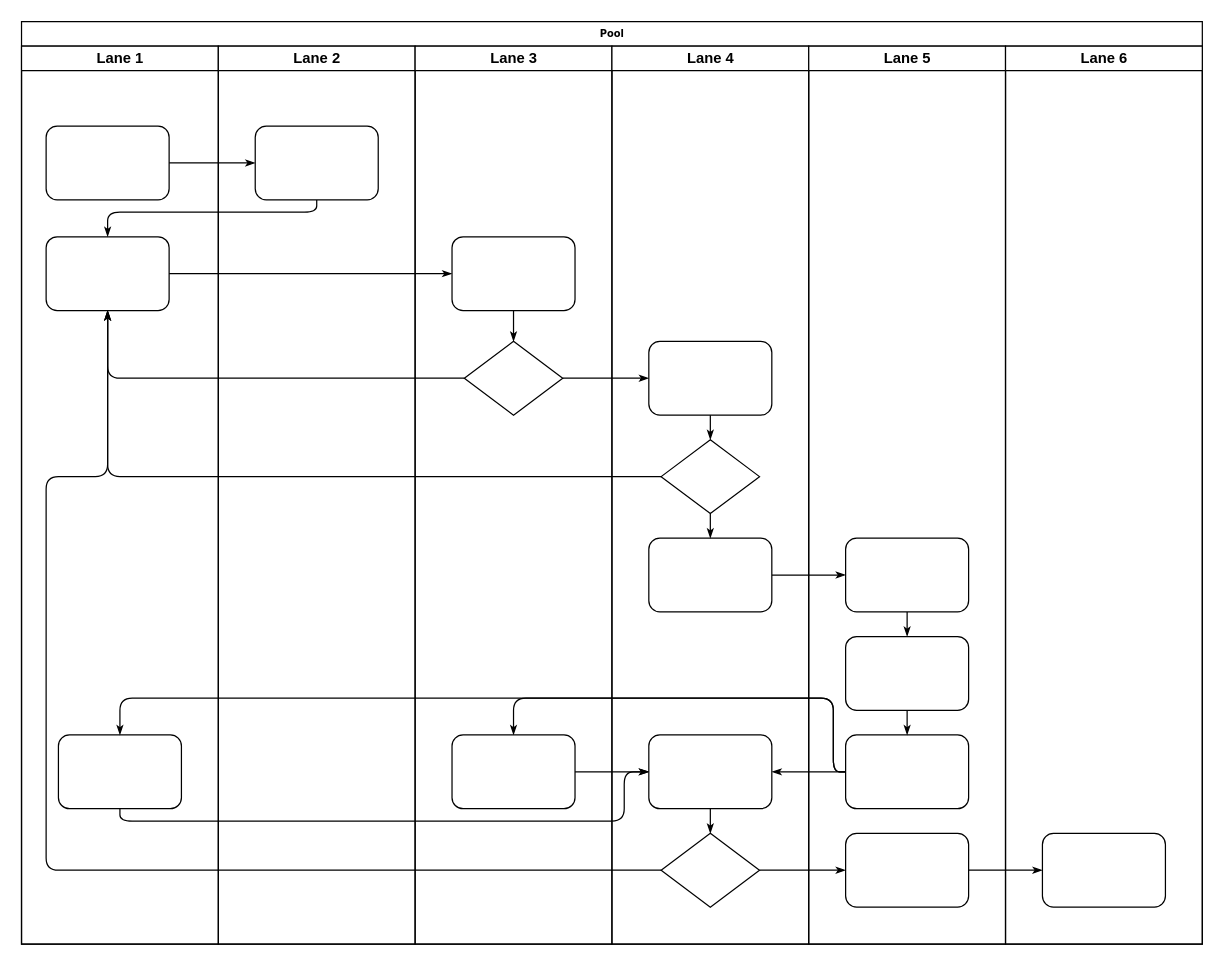
The draw.io diagram Untitled Diagram.drawio in jay8809/MyApplication, before the edit. Source tidied: cells renumbered, new cells numbered last; positions are measured from the earlier drawing's top-left corner, leaving out a move shared by most shapes. Both pictures are drawn from the tidied source at 123%, with x=0, y=0 at pixel (21, 21).
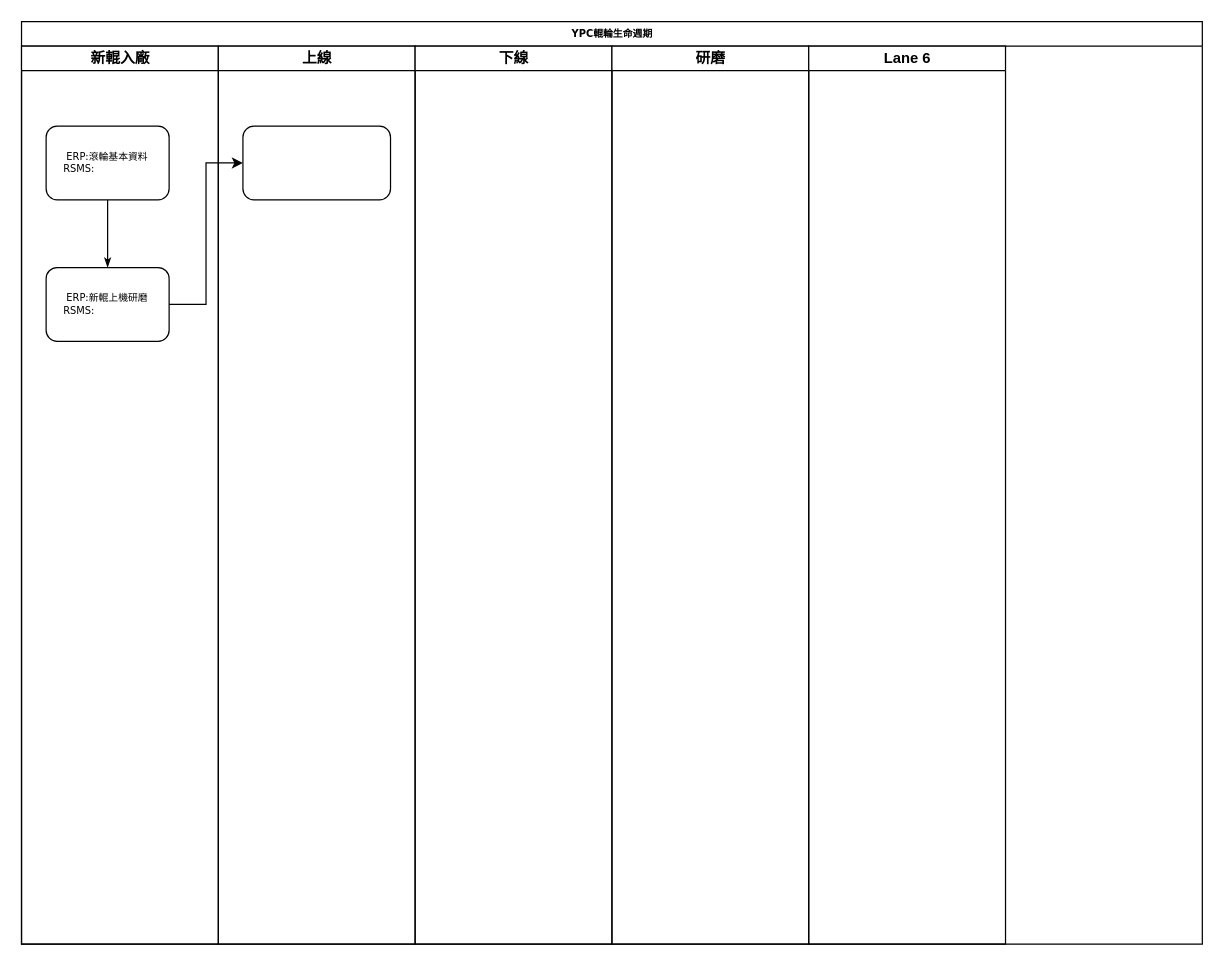
Above is the later version.

Commit message:
YPC_ROLL

Change to the diagram source:
```diff
@@
-    <mxCell id="2" value="Pool" style="swimlane;html=1;startSize=20;rounded=0;shadow=0;labelBackgroundColor=none;strokeWidth=1;fontFamily=Verdana;fontSize=8;align=center;" parent="1" vertex="1">
+    <mxCell id="2" value="YPC輥輪生命週期" style="swimlane;html=1;startSize=20;rounded=0;shadow=0;labelBackgroundColor=none;strokeWidth=1;fontFamily=Verdana;fontSize=8;align=center;" parent="1" vertex="1">
       <mxGeometry width="960" height="750" as="geometry" />
     </mxCell>
-    <mxCell id="3" value="Lane 1" style="swimlane;html=1;startSize=20;" parent="2" vertex="1">
+    <mxCell id="3" value="新輥入廠" style="swimlane;html=1;startSize=20;" parent="2" vertex="1">
       <mxGeometry y="20" width="160" height="730" as="geometry" />
     </mxCell>
-    <mxCell id="4" style="rounded=1;whiteSpace=wrap;html=1;shadow=0;labelBackgroundColor=none;strokeWidth=1;fontFamily=Verdana;fontSize=8;align=center;" parent="3" vertex="1">
+    <mxCell id="4" value="ERP:滾輪基本資料&lt;br&gt;RSMS:&amp;nbsp;&amp;nbsp;&amp;nbsp;&amp;nbsp;&amp;nbsp;&amp;nbsp;&amp;nbsp;&amp;nbsp;&amp;nbsp;&amp;nbsp;&amp;nbsp;&amp;nbsp;&amp;nbsp;&amp;nbsp;&amp;nbsp;&amp;nbsp;&amp;nbsp;&amp;nbsp; " style="rounded=1;whiteSpace=wrap;html=1;shadow=0;labelBackgroundColor=none;strokeWidth=1;fontFamily=Verdana;fontSize=8;align=center;" parent="3" vertex="1">
       <mxGeometry x="20" y="65" width="100" height="60" as="geometry" />
     </mxCell>
-    <mxCell id="5" style="rounded=1;whiteSpace=wrap;html=1;shadow=0;labelBackgroundColor=none;strokeWidth=1;fontFamily=Verdana;fontSize=8;align=center;" parent="3" vertex="1">
-      <mxGeometry x="20" y="155" width="100" height="60" as="geometry" />
+    <mxCell id="5" value="&lt;div&gt;ERP:新輥上機研磨&lt;/div&gt;&lt;div&gt;RSMS:&amp;nbsp;&amp;nbsp;&amp;nbsp;&amp;nbsp;&amp;nbsp;&amp;nbsp;&amp;nbsp;&amp;nbsp;&amp;nbsp;&amp;nbsp;&amp;nbsp;&amp;nbsp;&amp;nbsp;&amp;nbsp;&amp;nbsp;&amp;nbsp;&amp;nbsp;&amp;nbsp; &lt;br&gt;&lt;/div&gt;" style="rounded=1;whiteSpace=wrap;html=1;shadow=0;labelBackgroundColor=none;strokeWidth=1;fontFamily=Verdana;fontSize=8;align=center;" parent="3" vertex="1">
+      <mxGeometry x="20" y="180" width="100" height="60" as="geometry" />
     </mxCell>
-    <mxCell id="6" style="rounded=1;whiteSpace=wrap;html=1;shadow=0;labelBackgroundColor=none;strokeWidth=1;fontFamily=Verdana;fontSize=8;align=center;" parent="3" vertex="1">
-      <mxGeometry x="30" y="560" width="100" height="60" as="geometry" />
-    </mxCell>
-    <mxCell id="7" style="edgeStyle=orthogonalEdgeStyle;rounded=1;html=1;labelBackgroundColor=none;startArrow=none;startFill=0;startSize=5;endArrow=classicThin;endFill=1;endSize=5;jettySize=auto;strokeWidth=1;fontFamily=Verdana;fontSize=8;" parent="2" edge="1" source="4" target="23">
-      <mxGeometry relative="1" as="geometry" />
-    </mxCell>
-    <mxCell id="8" style="edgeStyle=orthogonalEdgeStyle;rounded=1;html=1;labelBackgroundColor=none;startArrow=none;startFill=0;startSize=5;endArrow=classicThin;endFill=1;endSize=5;jettySize=auto;strokeWidth=1;fontFamily=Verdana;fontSize=8;" parent="2" edge="1" source="23" target="5">
-      <mxGeometry relative="1" as="geometry">
-        <Array as="points">
-          <mxPoint x="240" y="155" />
-          <mxPoint x="70" y="155" />
-        </Array>
-      </mxGeometry>
+    <mxCell id="8" style="edgeStyle=orthogonalEdgeStyle;rounded=1;html=1;labelBackgroundColor=none;startArrow=none;startFill=0;startSize=5;endArrow=classicThin;endFill=1;endSize=5;jettySize=auto;strokeWidth=1;fontFamily=Verdana;fontSize=8;exitX=0.5;exitY=1;exitDx=0;exitDy=0;" parent="3" edge="1" source="4" target="5">
+      <mxGeometry relative="1" as="geometry" />
     </mxCell>
-    <mxCell id="9" style="edgeStyle=orthogonalEdgeStyle;rounded=1;html=1;labelBackgroundColor=none;startArrow=none;startFill=0;startSize=5;endArrow=classicThin;endFill=1;endSize=5;jettySize=auto;strokeWidth=1;fontFamily=Verdana;fontSize=8;" parent="2" edge="1" source="5" target="25">
-      <mxGeometry relative="1" as="geometry" />
-    </mxCell>
-    <mxCell id="10" style="edgeStyle=orthogonalEdgeStyle;rounded=1;html=1;labelBackgroundColor=none;startArrow=none;startFill=0;startSize=5;endArrow=classicThin;endFill=1;endSize=5;jettySize=auto;strokeWidth=1;fontFamily=Verdana;fontSize=8;" parent="2" edge="1" source="26" target="5">
-      <mxGeometry relative="1" as="geometry" />
-    </mxCell>
-    <mxCell id="11" style="edgeStyle=orthogonalEdgeStyle;rounded=1;html=1;labelBackgroundColor=none;startArrow=none;startFill=0;startSize=5;endArrow=classicThin;endFill=1;endSize=5;jettySize=auto;strokeWidth=1;fontFamily=Verdana;fontSize=8;" parent="2" edge="1" source="31" target="5">
-      <mxGeometry relative="1" as="geometry" />
-    </mxCell>
-    <mxCell id="12" style="edgeStyle=orthogonalEdgeStyle;rounded=1;html=1;labelBackgroundColor=none;startArrow=none;startFill=0;startSize=5;endArrow=classicThin;endFill=1;endSize=5;jettySize=auto;strokeWidth=1;fontFamily=Verdana;fontSize=8;" parent="2" edge="1" source="34" target="5">
-      <mxGeometry relative="1" as="geometry">
-        <Array as="points">
-          <mxPoint x="20" y="690" />
-          <mxPoint x="20" y="370" />
-          <mxPoint x="70" y="370" />
-        </Array>
-      </mxGeometry>
-    </mxCell>
-    <mxCell id="13" style="edgeStyle=orthogonalEdgeStyle;rounded=1;html=1;labelBackgroundColor=none;startArrow=none;startFill=0;startSize=5;endArrow=classicThin;endFill=1;endSize=5;jettySize=auto;strokeWidth=1;fontFamily=Verdana;fontSize=8;" parent="2" edge="1" source="26" target="30">
-      <mxGeometry relative="1" as="geometry" />
-    </mxCell>
-    <mxCell id="14" style="edgeStyle=orthogonalEdgeStyle;rounded=1;html=1;labelBackgroundColor=none;startArrow=none;startFill=0;startSize=5;endArrow=classicThin;endFill=1;endSize=5;jettySize=auto;strokeWidth=1;fontFamily=Verdana;fontSize=8;" parent="2" edge="1" source="34" target="42">
-      <mxGeometry relative="1" as="geometry" />
-    </mxCell>
-    <mxCell id="15" style="edgeStyle=orthogonalEdgeStyle;rounded=1;html=1;labelBackgroundColor=none;startArrow=none;startFill=0;startSize=5;endArrow=classicThin;endFill=1;endSize=5;jettySize=auto;strokeWidth=1;fontFamily=Verdana;fontSize=8;" parent="2" edge="1" source="42" target="46">
-      <mxGeometry relative="1" as="geometry" />
-    </mxCell>
-    <mxCell id="16" style="edgeStyle=orthogonalEdgeStyle;rounded=1;html=1;labelBackgroundColor=none;startArrow=none;startFill=0;startSize=5;endArrow=classicThin;endFill=1;endSize=5;jettySize=auto;strokeWidth=1;fontFamily=Verdana;fontSize=8;" parent="2" edge="1" source="32" target="39">
-      <mxGeometry relative="1" as="geometry" />
-    </mxCell>
-    <mxCell id="17" style="edgeStyle=orthogonalEdgeStyle;rounded=1;html=1;labelBackgroundColor=none;startArrow=none;startFill=0;startSize=5;endArrow=classicThin;endFill=1;endSize=5;jettySize=auto;strokeWidth=1;fontFamily=Verdana;fontSize=8;" parent="2" edge="1" source="41" target="27">
-      <mxGeometry relative="1" as="geometry">
-        <Array as="points">
-          <mxPoint x="660" y="610" />
-          <mxPoint x="660" y="550" />
-          <mxPoint x="400" y="550" />
-        </Array>
-      </mxGeometry>
-    </mxCell>
-    <mxCell id="18" style="edgeStyle=orthogonalEdgeStyle;rounded=1;html=1;labelBackgroundColor=none;startArrow=none;startFill=0;startSize=5;endArrow=classicThin;endFill=1;endSize=5;jettySize=auto;strokeColor=#000000;strokeWidth=1;fontFamily=Verdana;fontSize=8;fontColor=#000000;" parent="2" edge="1" source="41" target="33">
-      <mxGeometry relative="1" as="geometry" />
-    </mxCell>
-    <mxCell id="19" style="edgeStyle=orthogonalEdgeStyle;rounded=1;html=1;labelBackgroundColor=none;startArrow=none;startFill=0;startSize=5;endArrow=classicThin;endFill=1;endSize=5;jettySize=auto;strokeWidth=1;fontFamily=Verdana;fontSize=8;" parent="2" edge="1" source="41" target="6">
-      <mxGeometry relative="1" as="geometry">
-        <Array as="points">
-          <mxPoint x="660" y="610" />
-          <mxPoint x="660" y="550" />
-          <mxPoint x="80" y="550" />
-        </Array>
-      </mxGeometry>
-    </mxCell>
-    <mxCell id="20" style="edgeStyle=orthogonalEdgeStyle;rounded=1;html=1;labelBackgroundColor=none;startArrow=none;startFill=0;startSize=5;endArrow=classicThin;endFill=1;endSize=5;jettySize=auto;strokeWidth=1;fontFamily=Verdana;fontSize=8;" parent="2" edge="1" source="6" target="33">
-      <mxGeometry relative="1" as="geometry">
-        <Array as="points">
-          <mxPoint x="80" y="650" />
-          <mxPoint x="490" y="650" />
-          <mxPoint x="490" y="610" />
-        </Array>
-      </mxGeometry>
-    </mxCell>
-    <mxCell id="21" style="edgeStyle=orthogonalEdgeStyle;rounded=1;html=1;labelBackgroundColor=none;startArrow=none;startFill=0;startSize=5;endArrow=classicThin;endFill=1;endSize=5;jettySize=auto;strokeWidth=1;fontFamily=Verdana;fontSize=8;" parent="2" edge="1" source="27" target="33">
-      <mxGeometry relative="1" as="geometry" />
-    </mxCell>
-    <mxCell id="22" value="Lane 2" style="swimlane;html=1;startSize=20;" parent="2" vertex="1">
+    <mxCell id="22" value="上線" style="swimlane;html=1;startSize=20;" parent="2" vertex="1">
       <mxGeometry x="160" y="20" width="160" height="730" as="geometry" />
     </mxCell>
-    <mxCell id="23" style="rounded=1;whiteSpace=wrap;html=1;shadow=0;labelBackgroundColor=none;strokeWidth=1;fontFamily=Verdana;fontSize=8;align=center;" parent="22" vertex="1">
-      <mxGeometry x="30" y="65" width="100" height="60" as="geometry" />
-    </mxCell>
+    <mxCell id="47" style="rounded=1;whiteSpace=wrap;html=1;" parent="22" vertex="1">
+      <mxGeometry x="20" y="65" width="120" height="60" as="geometry" />
+    </mxCell>
-    <mxCell id="24" value="Lane 3" style="swimlane;html=1;startSize=20;" parent="2" vertex="1">
+    <mxCell id="24" value="下線" style="swimlane;html=1;startSize=20;" parent="2" vertex="1">
       <mxGeometry x="320" y="20" width="160" height="730" as="geometry" />
     </mxCell>
-    <mxCell id="25" style="rounded=1;whiteSpace=wrap;html=1;shadow=0;labelBackgroundColor=none;strokeWidth=1;fontFamily=Verdana;fontSize=8;align=center;" parent="24" vertex="1">
-      <mxGeometry x="30" y="155" width="100" height="60" as="geometry" />
-    </mxCell>
-    <mxCell id="26" style="rhombus;whiteSpace=wrap;html=1;rounded=0;shadow=0;labelBackgroundColor=none;strokeWidth=1;fontFamily=Verdana;fontSize=8;align=center;" parent="24" vertex="1">
-      <mxGeometry x="40" y="240" width="80" height="60" as="geometry" />
-    </mxCell>
-    <mxCell id="27" style="rounded=1;whiteSpace=wrap;html=1;shadow=0;labelBackgroundColor=none;strokeWidth=1;fontFamily=Verdana;fontSize=8;align=center;" parent="24" vertex="1">
-      <mxGeometry x="30" y="560" width="100" height="60" as="geometry" />
-    </mxCell>
-    <mxCell id="28" style="edgeStyle=orthogonalEdgeStyle;rounded=1;html=1;labelBackgroundColor=none;startArrow=none;startFill=0;startSize=5;endArrow=classicThin;endFill=1;endSize=5;jettySize=auto;strokeWidth=1;fontFamily=Verdana;fontSize=8;" parent="24" edge="1" source="25" target="26">
-      <mxGeometry relative="1" as="geometry" />
-    </mxCell>
-    <mxCell id="29" value="Lane 4" style="swimlane;html=1;startSize=20;" parent="2" vertex="1">
+    <mxCell id="29" value="研磨" style="swimlane;html=1;startSize=20;" parent="2" vertex="1">
       <mxGeometry x="480" y="20" width="160" height="730" as="geometry" />
     </mxCell>
-    <mxCell id="30" style="rounded=1;whiteSpace=wrap;html=1;shadow=0;labelBackgroundColor=none;strokeWidth=1;fontFamily=Verdana;fontSize=8;align=center;" parent="29" vertex="1">
-      <mxGeometry x="30" y="240" width="100" height="60" as="geometry" />
-    </mxCell>
-    <mxCell id="31" style="rhombus;whiteSpace=wrap;html=1;rounded=0;shadow=0;labelBackgroundColor=none;strokeWidth=1;fontFamily=Verdana;fontSize=8;align=center;" parent="29" vertex="1">
-      <mxGeometry x="40" y="320" width="80" height="60" as="geometry" />
-    </mxCell>
-    <mxCell id="32" style="rounded=1;whiteSpace=wrap;html=1;shadow=0;labelBackgroundColor=none;strokeWidth=1;fontFamily=Verdana;fontSize=8;align=center;" parent="29" vertex="1">
-      <mxGeometry x="30" y="400" width="100" height="60" as="geometry" />
-    </mxCell>
-    <mxCell id="33" style="rounded=1;whiteSpace=wrap;html=1;shadow=0;labelBackgroundColor=none;strokeWidth=1;fontFamily=Verdana;fontSize=8;align=center;" parent="29" vertex="1">
-      <mxGeometry x="30" y="560" width="100" height="60" as="geometry" />
-    </mxCell>
-    <mxCell id="34" style="rhombus;whiteSpace=wrap;html=1;rounded=0;shadow=0;labelBackgroundColor=none;strokeWidth=1;fontFamily=Verdana;fontSize=8;align=center;" parent="29" vertex="1">
-      <mxGeometry x="40" y="640" width="80" height="60" as="geometry" />
-    </mxCell>
-    <mxCell id="35" style="edgeStyle=orthogonalEdgeStyle;rounded=1;html=1;labelBackgroundColor=none;startArrow=none;startFill=0;startSize=5;endArrow=classicThin;endFill=1;endSize=5;jettySize=auto;strokeColor=#000000;strokeWidth=1;fontFamily=Verdana;fontSize=8;fontColor=#000000;" parent="29" edge="1" source="30" target="31">
-      <mxGeometry relative="1" as="geometry" />
-    </mxCell>
-    <mxCell id="36" style="edgeStyle=orthogonalEdgeStyle;rounded=1;html=1;labelBackgroundColor=none;startArrow=none;startFill=0;startSize=5;endArrow=classicThin;endFill=1;endSize=5;jettySize=auto;strokeWidth=1;fontFamily=Verdana;fontSize=8;" parent="29" edge="1" source="31" target="32">
-      <mxGeometry relative="1" as="geometry" />
-    </mxCell>
-    <mxCell id="37" style="edgeStyle=orthogonalEdgeStyle;rounded=1;html=1;labelBackgroundColor=none;startArrow=none;startFill=0;startSize=5;endArrow=classicThin;endFill=1;endSize=5;jettySize=auto;strokeWidth=1;fontFamily=Verdana;fontSize=8;" parent="29" edge="1" source="33" target="34">
-      <mxGeometry relative="1" as="geometry" />
-    </mxCell>
-    <mxCell id="38" value="Lane 5" style="swimlane;html=1;startSize=20;" parent="2" vertex="1">
-      <mxGeometry x="640" y="20" width="160" height="730" as="geometry" />
-    </mxCell>
-    <mxCell id="39" style="rounded=1;whiteSpace=wrap;html=1;shadow=0;labelBackgroundColor=none;strokeWidth=1;fontFamily=Verdana;fontSize=8;align=center;" parent="38" vertex="1">
-      <mxGeometry x="30" y="400" width="100" height="60" as="geometry" />
-    </mxCell>
-    <mxCell id="40" style="rounded=1;whiteSpace=wrap;html=1;shadow=0;labelBackgroundColor=none;strokeWidth=1;fontFamily=Verdana;fontSize=8;align=center;" parent="38" vertex="1">
-      <mxGeometry x="30" y="480" width="100" height="60" as="geometry" />
-    </mxCell>
-    <mxCell id="41" style="rounded=1;whiteSpace=wrap;html=1;shadow=0;labelBackgroundColor=none;strokeWidth=1;fontFamily=Verdana;fontSize=8;align=center;" parent="38" vertex="1">
-      <mxGeometry x="30" y="560" width="100" height="60" as="geometry" />
-    </mxCell>
-    <mxCell id="42" style="rounded=1;whiteSpace=wrap;html=1;shadow=0;labelBackgroundColor=none;strokeWidth=1;fontFamily=Verdana;fontSize=8;align=center;" parent="38" vertex="1">
-      <mxGeometry x="30" y="640" width="100" height="60" as="geometry" />
-    </mxCell>
-    <mxCell id="43" style="edgeStyle=orthogonalEdgeStyle;rounded=1;html=1;labelBackgroundColor=none;startArrow=none;startFill=0;startSize=5;endArrow=classicThin;endFill=1;endSize=5;jettySize=auto;strokeWidth=1;fontFamily=Verdana;fontSize=8;" parent="38" edge="1" source="39" target="40">
-      <mxGeometry relative="1" as="geometry" />
-    </mxCell>
-    <mxCell id="44" style="edgeStyle=orthogonalEdgeStyle;rounded=1;html=1;labelBackgroundColor=none;startArrow=none;startFill=0;startSize=5;endArrow=classicThin;endFill=1;endSize=5;jettySize=auto;strokeWidth=1;fontFamily=Verdana;fontSize=8;" parent="38" edge="1" source="40" target="41">
-      <mxGeometry relative="1" as="geometry" />
-    </mxCell>
     <mxCell id="45" value="Lane 6" style="swimlane;html=1;startSize=20;" parent="2" vertex="1">
-      <mxGeometry x="800" y="20" width="160" height="730" as="geometry" />
+      <mxGeometry x="640" y="20" width="160" height="730" as="geometry" />
     </mxCell>
-    <mxCell id="46" style="rounded=1;whiteSpace=wrap;html=1;shadow=0;labelBackgroundColor=none;strokeWidth=1;fontFamily=Verdana;fontSize=8;align=center;" parent="45" vertex="1">
-      <mxGeometry x="30" y="640" width="100" height="60" as="geometry" />
-    </mxCell>
+    <mxCell id="48" style="edgeStyle=orthogonalEdgeStyle;rounded=0;jettySize=auto;html=1;exitX=1;exitY=0.5;exitDx=0;exitDy=0;entryX=0;entryY=0.5;entryDx=0;entryDy=0;" parent="2" edge="1" source="5" target="47">
+      <mxGeometry relative="1" as="geometry" />
+    </mxCell>
```
